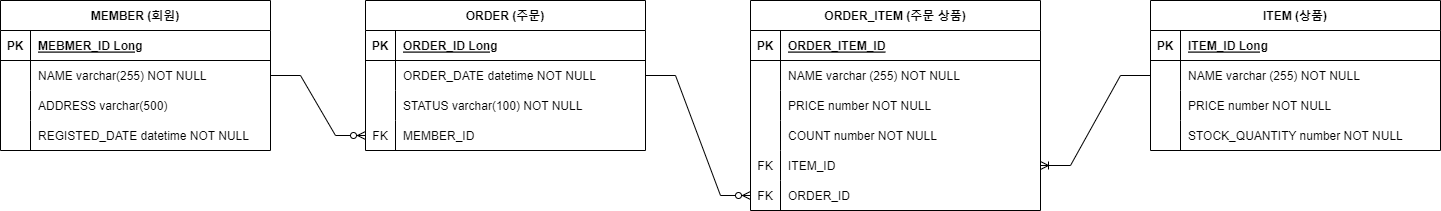
Before: jpa-example-source/documents/jpa-example01.png, a diagram exported from draw.io (GuardJo/JPA-Practice). Source tidied: cells renumbered, new cells last; positions are measured from the earlier drawing's top-left corner, leaving out a move shared by most shapes.
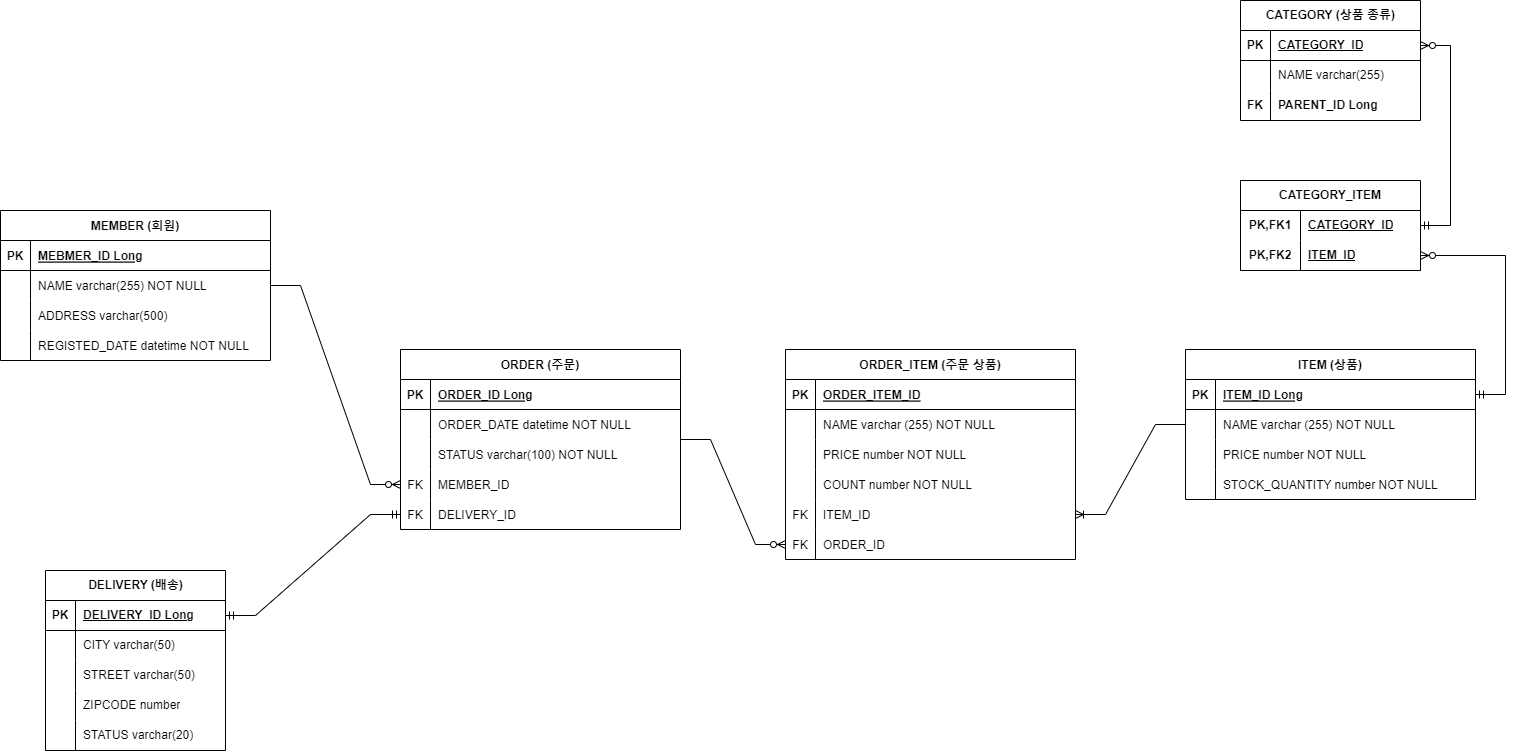
After the commit.

Commit message:
#20 추가 요구사항에 따른 ERD 최신화

- ERD 최신화 및 관련 readme 내용 업데이트
-- drawio 파일은 없어도 되기에 제거함

What changed in the source:
```diff
@@ -3,7 +3,7 @@
     <mxCell id="0" />
     <mxCell id="1" parent="0" />
     <mxCell id="2" value="MEMBER (회원)" style="shape=table;startSize=30;rowLines=0;fontStyle=1;align=center;strokeColor=default;" parent="1" vertex="1">
-      <mxGeometry width="270" height="150" as="geometry" />
+      <mxGeometry x="-35" y="-139" width="270" height="150" as="geometry" />
     </mxCell>
     <mxCell id="3" style="shape=tableRow;horizontal=0;startSize=0;swimlaneHead=0;swimlaneBody=0;fillColor=none;top=0;left=0;right=0;bottom=1;strokeColor=default;" parent="2" vertex="1">
       <mxGeometry y="30" width="270" height="30" as="geometry" />
@@ -81,7 +81,7 @@
       <mxGeometry x="30" width="260" height="30" as="geometry" />
     </mxCell>
     <mxCell id="28" value="ORDER (주문)" style="shape=table;startSize=30;rowLines=0;fontStyle=1;align=center;strokeColor=default;" parent="1" vertex="1">
-      <mxGeometry x="365" width="280" height="150" as="geometry" />
+      <mxGeometry x="365" width="280" height="180" as="geometry" />
     </mxCell>
     <mxCell id="29" style="shape=tableRow;horizontal=0;startSize=0;swimlaneHead=0;swimlaneBody=0;fillColor=none;top=0;left=0;right=0;bottom=1;strokeColor=default;" parent="28" vertex="1">
       <mxGeometry y="30" width="280" height="30" as="geometry" />
@@ -119,6 +119,15 @@
     <mxCell id="40" value="MEMBER_ID" style="shape=partialRectangle;fillColor=none;top=0;left=0;bottom=0;right=0;align=left;spacingLeft=6;overflow=hidden;strokeColor=default;" parent="38" vertex="1">
       <mxGeometry x="30" width="250" height="30" as="geometry" />
     </mxCell>
+    <mxCell id="63" style="shape=tableRow;horizontal=0;startSize=0;swimlaneHead=0;swimlaneBody=0;fillColor=none;points=[[0,0.5],[1,0.5]];portConstraint=eastwest;top=0;left=0;right=0;bottom=0;strokeColor=default;" parent="28" vertex="1">
+      <mxGeometry y="150" width="280" height="30" as="geometry" />
+    </mxCell>
+    <mxCell id="64" value="FK" style="shape=partialRectangle;fillColor=none;top=0;left=0;bottom=0;right=0;overflow=hidden;strokeColor=default;" parent="63" vertex="1">
+      <mxGeometry width="30" height="30" as="geometry" />
+    </mxCell>
+    <mxCell id="65" value="DELIVERY_ID" style="shape=partialRectangle;fillColor=none;top=0;left=0;bottom=0;right=0;align=left;spacingLeft=6;overflow=hidden;strokeColor=default;" parent="63" vertex="1">
+      <mxGeometry x="30" width="250" height="30" as="geometry" />
+    </mxCell>
     <mxCell id="41" value="ORDER_ITEM (주문 상품)" style="shape=table;startSize=30;rowLines=0;fontStyle=1;align=center;strokeColor=default;" parent="1" vertex="1">
       <mxGeometry x="750" width="290" height="210" as="geometry" />
     </mxCell>
@@ -185,5 +194,129 @@
     <mxCell id="62" style="edgeStyle=entityRelationEdgeStyle;fontSize=12;html=1;endArrow=ERoneToMany;rounded=0;" parent="1" edge="1" source="15" target="54">
       <mxGeometry relative="1" as="geometry" />
     </mxCell>
+    <mxCell id="66" value="DELIVERY (배송)" style="shape=table;startSize=30;rowLines=0;fontStyle=1;align=center;html=1;" parent="1" vertex="1">
+      <mxGeometry x="10" y="221" width="180" height="180" as="geometry" />
+    </mxCell>
+    <mxCell id="67" style="shape=tableRow;horizontal=0;startSize=0;swimlaneHead=0;swimlaneBody=0;fillColor=none;points=[[0,0.5],[1,0.5]];portConstraint=eastwest;top=0;left=0;right=0;bottom=1;" parent="66" vertex="1">
+      <mxGeometry y="30" width="180" height="30" as="geometry" />
+    </mxCell>
+    <mxCell id="68" value="PK" style="shape=partialRectangle;fillColor=none;top=0;left=0;bottom=0;right=0;fontStyle=1;overflow=hidden;whiteSpace=wrap;html=1;" parent="67" vertex="1">
+      <mxGeometry width="30" height="30" as="geometry" />
+    </mxCell>
+    <mxCell id="69" value="DELIVERY_ID Long" style="shape=partialRectangle;fillColor=none;top=0;left=0;bottom=0;right=0;align=left;spacingLeft=6;fontStyle=5;overflow=hidden;whiteSpace=wrap;html=1;" parent="67" vertex="1">
+      <mxGeometry x="30" width="150" height="30" as="geometry" />
+    </mxCell>
+    <mxCell id="70" style="shape=tableRow;horizontal=0;startSize=0;swimlaneHead=0;swimlaneBody=0;fillColor=none;top=0;left=0;right=0;bottom=0;" parent="66" vertex="1">
+      <mxGeometry y="60" width="180" height="30" as="geometry" />
+    </mxCell>
+    <mxCell id="71" style="shape=partialRectangle;fillColor=none;top=0;left=0;bottom=0;right=0;overflow=hidden;whiteSpace=wrap;html=1;" parent="70" vertex="1">
+      <mxGeometry width="30" height="30" as="geometry" />
+    </mxCell>
+    <mxCell id="72" value="CITY varchar(50)" style="shape=partialRectangle;fillColor=none;top=0;left=0;bottom=0;right=0;align=left;spacingLeft=6;overflow=hidden;whiteSpace=wrap;html=1;" parent="70" vertex="1">
+      <mxGeometry x="30" width="150" height="30" as="geometry" />
+    </mxCell>
+    <mxCell id="73" style="shape=tableRow;horizontal=0;startSize=0;swimlaneHead=0;swimlaneBody=0;fillColor=none;top=0;left=0;right=0;bottom=0;" parent="66" vertex="1">
+      <mxGeometry y="90" width="180" height="30" as="geometry" />
+    </mxCell>
+    <mxCell id="74" style="shape=partialRectangle;fillColor=none;top=0;left=0;bottom=0;right=0;overflow=hidden;whiteSpace=wrap;html=1;" parent="73" vertex="1">
+      <mxGeometry width="30" height="30" as="geometry" />
+    </mxCell>
+    <mxCell id="75" value="STREET varchar(50)" style="shape=partialRectangle;fillColor=none;top=0;left=0;bottom=0;right=0;align=left;spacingLeft=6;overflow=hidden;whiteSpace=wrap;html=1;" parent="73" vertex="1">
+      <mxGeometry x="30" width="150" height="30" as="geometry" />
+    </mxCell>
+    <mxCell id="76" style="shape=tableRow;horizontal=0;startSize=0;swimlaneHead=0;swimlaneBody=0;fillColor=none;top=0;left=0;right=0;bottom=0;" parent="66" vertex="1">
+      <mxGeometry y="120" width="180" height="30" as="geometry" />
+    </mxCell>
+    <mxCell id="77" style="shape=partialRectangle;fillColor=none;top=0;left=0;bottom=0;right=0;overflow=hidden;whiteSpace=wrap;html=1;" parent="76" vertex="1">
+      <mxGeometry width="30" height="30" as="geometry" />
+    </mxCell>
+    <mxCell id="78" value="ZIPCODE number" style="shape=partialRectangle;fillColor=none;top=0;left=0;bottom=0;right=0;align=left;spacingLeft=6;overflow=hidden;whiteSpace=wrap;html=1;" parent="76" vertex="1">
+      <mxGeometry x="30" width="150" height="30" as="geometry" />
+    </mxCell>
+    <mxCell id="79" style="shape=tableRow;horizontal=0;startSize=0;swimlaneHead=0;swimlaneBody=0;fillColor=none;top=0;left=0;right=0;bottom=0;" parent="66" vertex="1">
+      <mxGeometry y="150" width="180" height="30" as="geometry" />
+    </mxCell>
+    <mxCell id="80" style="shape=partialRectangle;fillColor=none;top=0;left=0;bottom=0;right=0;overflow=hidden;whiteSpace=wrap;html=1;" parent="79" vertex="1">
+      <mxGeometry width="30" height="30" as="geometry" />
+    </mxCell>
+    <mxCell id="81" value="STATUS varchar(20)" style="shape=partialRectangle;fillColor=none;top=0;left=0;bottom=0;right=0;align=left;spacingLeft=6;overflow=hidden;whiteSpace=wrap;html=1;" parent="79" vertex="1">
+      <mxGeometry x="30" width="150" height="30" as="geometry" />
+    </mxCell>
+    <mxCell id="82" style="edgeStyle=entityRelationEdgeStyle;fontSize=12;html=1;endArrow=ERmandOne;startArrow=ERmandOne;rounded=0;endFill=0;" parent="1" edge="1" source="63" target="67">
+      <mxGeometry relative="1" as="geometry">
+        <Array as="points">
+          <mxPoint x="-310" y="191" />
+          <mxPoint x="-290" y="241" />
+          <mxPoint x="170" y="281" />
+        </Array>
+      </mxGeometry>
+    </mxCell>
+    <mxCell id="83" value="CATEGORY (상품 종류)" style="shape=table;startSize=30;rowLines=0;fontStyle=1;align=center;html=1;" parent="1" vertex="1">
+      <mxGeometry x="1205" y="-349" width="180" height="120" as="geometry" />
+    </mxCell>
+    <mxCell id="84" style="shape=tableRow;horizontal=0;startSize=0;swimlaneHead=0;swimlaneBody=0;fillColor=none;points=[[0,0.5],[1,0.5]];portConstraint=eastwest;top=0;left=0;right=0;bottom=1;" parent="83" vertex="1">
+      <mxGeometry y="30" width="180" height="30" as="geometry" />
+    </mxCell>
+    <mxCell id="85" value="PK" style="shape=partialRectangle;fillColor=none;top=0;left=0;bottom=0;right=0;fontStyle=1;overflow=hidden;whiteSpace=wrap;html=1;" parent="84" vertex="1">
+      <mxGeometry width="30" height="30" as="geometry" />
+    </mxCell>
+    <mxCell id="86" value="CATEGORY_ID" style="shape=partialRectangle;fillColor=none;top=0;left=0;bottom=0;right=0;align=left;spacingLeft=6;fontStyle=5;overflow=hidden;whiteSpace=wrap;html=1;" parent="84" vertex="1">
+      <mxGeometry x="30" width="150" height="30" as="geometry" />
+    </mxCell>
+    <mxCell id="87" style="shape=tableRow;horizontal=0;startSize=0;swimlaneHead=0;swimlaneBody=0;fillColor=none;top=0;left=0;right=0;bottom=0;" parent="83" vertex="1">
+      <mxGeometry y="60" width="180" height="30" as="geometry" />
+    </mxCell>
+    <mxCell id="88" style="shape=partialRectangle;fillColor=none;top=0;left=0;bottom=0;right=0;overflow=hidden;whiteSpace=wrap;html=1;" parent="87" vertex="1">
+      <mxGeometry width="30" height="30" as="geometry" />
+    </mxCell>
+    <mxCell id="89" value="NAME varchar(255)" style="shape=partialRectangle;fillColor=none;top=0;left=0;bottom=0;right=0;align=left;spacingLeft=6;overflow=hidden;whiteSpace=wrap;html=1;" parent="87" vertex="1">
+      <mxGeometry x="30" width="150" height="30" as="geometry" />
+    </mxCell>
+    <mxCell id="90" style="shape=tableRow;horizontal=0;startSize=0;swimlaneHead=0;swimlaneBody=0;fillColor=none;top=0;left=0;right=0;bottom=0;fontStyle=1;" parent="83" vertex="1">
+      <mxGeometry y="90" width="180" height="30" as="geometry" />
+    </mxCell>
+    <mxCell id="91" value="&lt;b&gt;FK&lt;/b&gt;" style="shape=partialRectangle;fillColor=none;top=0;left=0;bottom=0;right=0;overflow=hidden;whiteSpace=wrap;html=1;" parent="90" vertex="1">
+      <mxGeometry width="30" height="30" as="geometry" />
+    </mxCell>
+    <mxCell id="92" value="&lt;b&gt;PARENT_ID Long&lt;/b&gt;" style="shape=partialRectangle;fillColor=none;top=0;left=0;bottom=0;right=0;align=left;spacingLeft=6;overflow=hidden;whiteSpace=wrap;html=1;" parent="90" vertex="1">
+      <mxGeometry x="30" width="150" height="30" as="geometry" />
+    </mxCell>
+    <mxCell id="93" value="CATEGORY_ITEM" style="shape=table;startSize=30;rowLines=0;fontStyle=1;align=center;html=1;whiteSpace=wrap;" parent="1" vertex="1">
+      <mxGeometry x="1205" y="-169" width="180" height="90" as="geometry" />
+    </mxCell>
+    <mxCell id="94" style="shape=tableRow;horizontal=0;startSize=0;swimlaneHead=0;swimlaneBody=0;fillColor=none;points=[[0,0.5],[1,0.5]];portConstraint=eastwest;top=0;left=0;right=0;bottom=0;html=1;" parent="93" vertex="1">
+      <mxGeometry y="30" width="180" height="30" as="geometry" />
+    </mxCell>
+    <mxCell id="95" value="PK,FK1" style="shape=partialRectangle;fillColor=none;top=0;left=0;bottom=0;right=0;fontStyle=1;overflow=hidden;html=1;whiteSpace=wrap;" parent="94" vertex="1">
+      <mxGeometry width="60" height="30" as="geometry" />
+    </mxCell>
+    <mxCell id="96" value="CATEGORY_ID" style="shape=partialRectangle;fillColor=none;top=0;left=0;bottom=0;right=0;align=left;spacingLeft=6;fontStyle=5;overflow=hidden;html=1;whiteSpace=wrap;" parent="94" vertex="1">
+      <mxGeometry x="60" width="120" height="30" as="geometry" />
+    </mxCell>
+    <mxCell id="97" style="shape=tableRow;horizontal=0;startSize=0;swimlaneHead=0;swimlaneBody=0;fillColor=none;points=[[0,0.5],[1,0.5]];portConstraint=eastwest;top=0;left=0;right=0;bottom=1;html=1;" parent="93" vertex="1">
+      <mxGeometry y="60" width="180" height="30" as="geometry" />
+    </mxCell>
+    <mxCell id="98" value="PK,FK2" style="shape=partialRectangle;fillColor=none;top=0;left=0;bottom=0;right=0;fontStyle=1;overflow=hidden;html=1;whiteSpace=wrap;" parent="97" vertex="1">
+      <mxGeometry width="60" height="30" as="geometry" />
+    </mxCell>
+    <mxCell id="99" value="ITEM_ID" style="shape=partialRectangle;fillColor=none;top=0;left=0;bottom=0;right=0;align=left;spacingLeft=6;fontStyle=5;overflow=hidden;html=1;whiteSpace=wrap;" parent="97" vertex="1">
+      <mxGeometry x="60" width="120" height="30" as="geometry" />
+    </mxCell>
+    <mxCell id="100" style="edgeStyle=entityRelationEdgeStyle;fontSize=12;html=1;endArrow=ERzeroToMany;startArrow=ERmandOne;rounded=0;" parent="1" edge="1" source="16" target="97">
+      <mxGeometry relative="1" as="geometry">
+        <Array as="points">
+          <mxPoint x="1540" y="21" />
+        </Array>
+      </mxGeometry>
+    </mxCell>
+    <mxCell id="101" style="edgeStyle=entityRelationEdgeStyle;fontSize=12;html=1;endArrow=ERzeroToMany;startArrow=ERmandOne;rounded=0;" parent="1" edge="1" source="94" target="84">
+      <mxGeometry relative="1" as="geometry">
+        <Array as="points">
+          <mxPoint x="1830" y="21" />
+          <mxPoint x="1540" y="-163" />
+          <mxPoint x="1670" y="-239" />
+        </Array>
+      </mxGeometry>
+    </mxCell>
   </root>
 </mxGraphModel>
```
